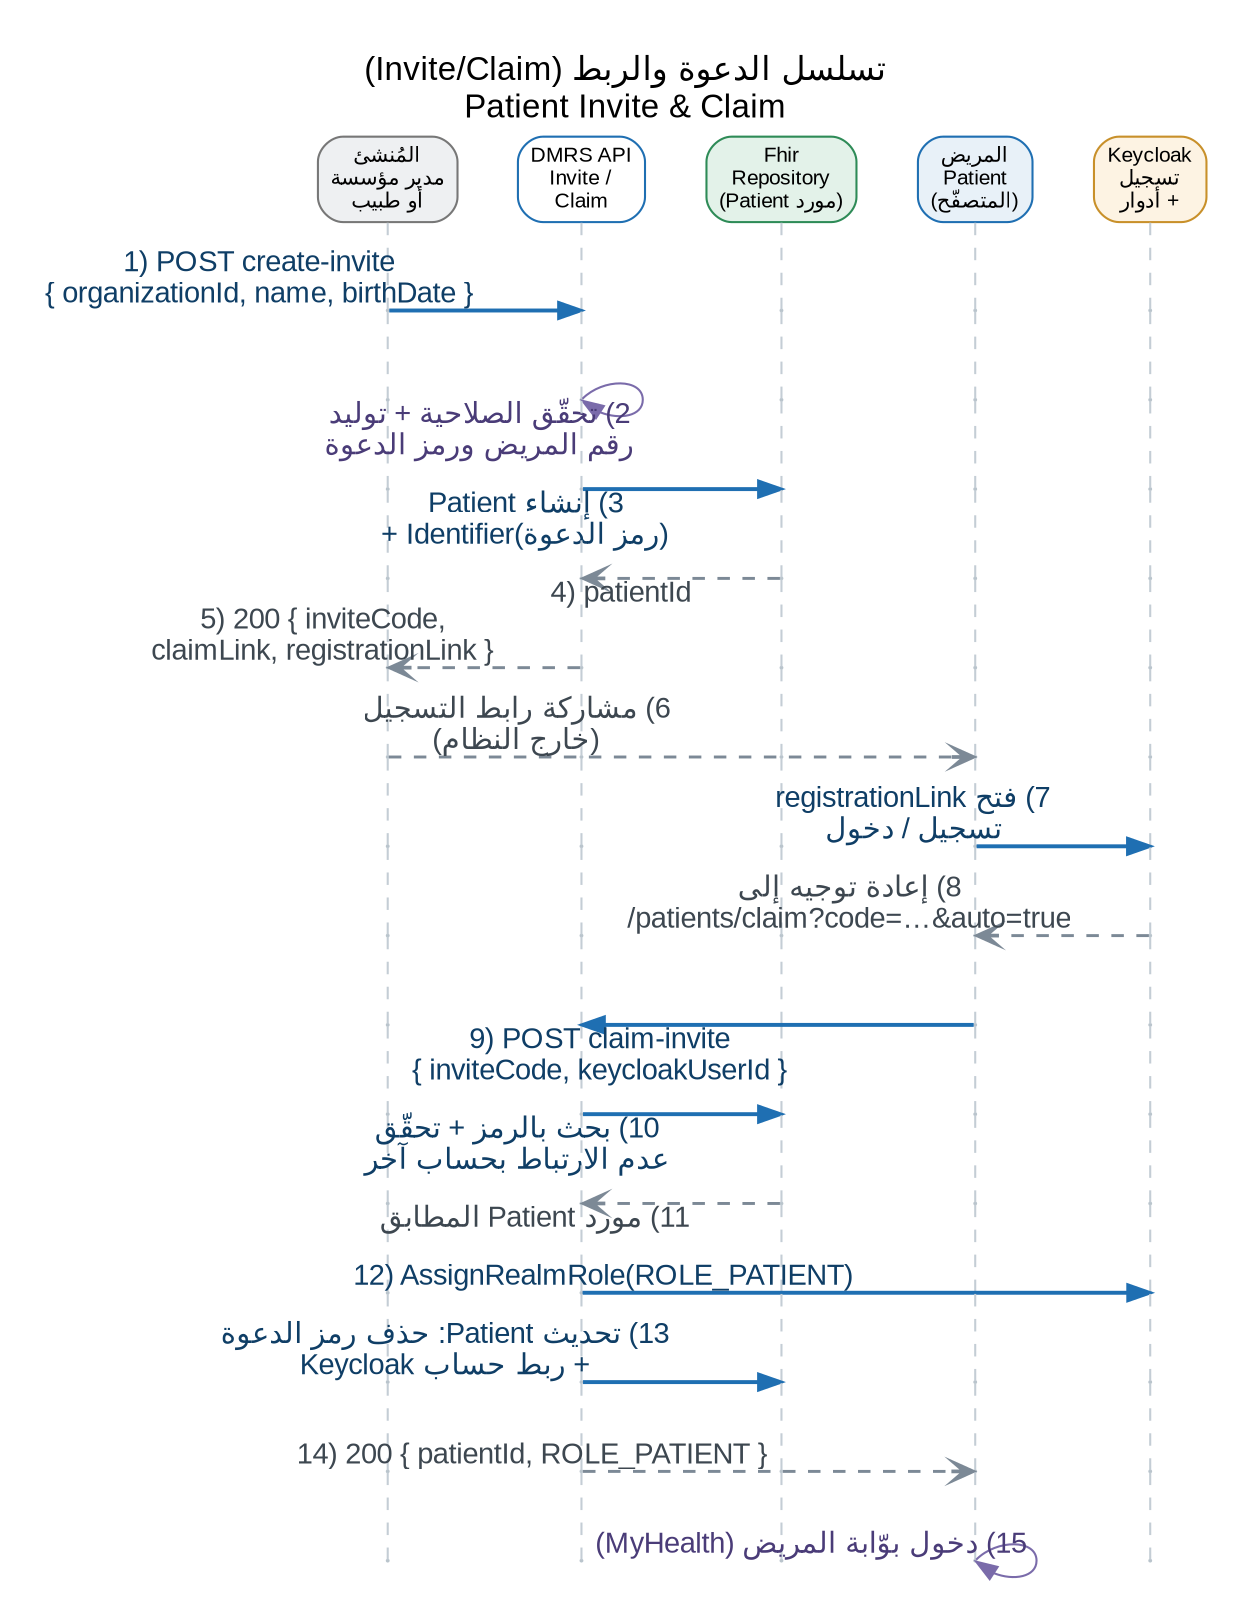
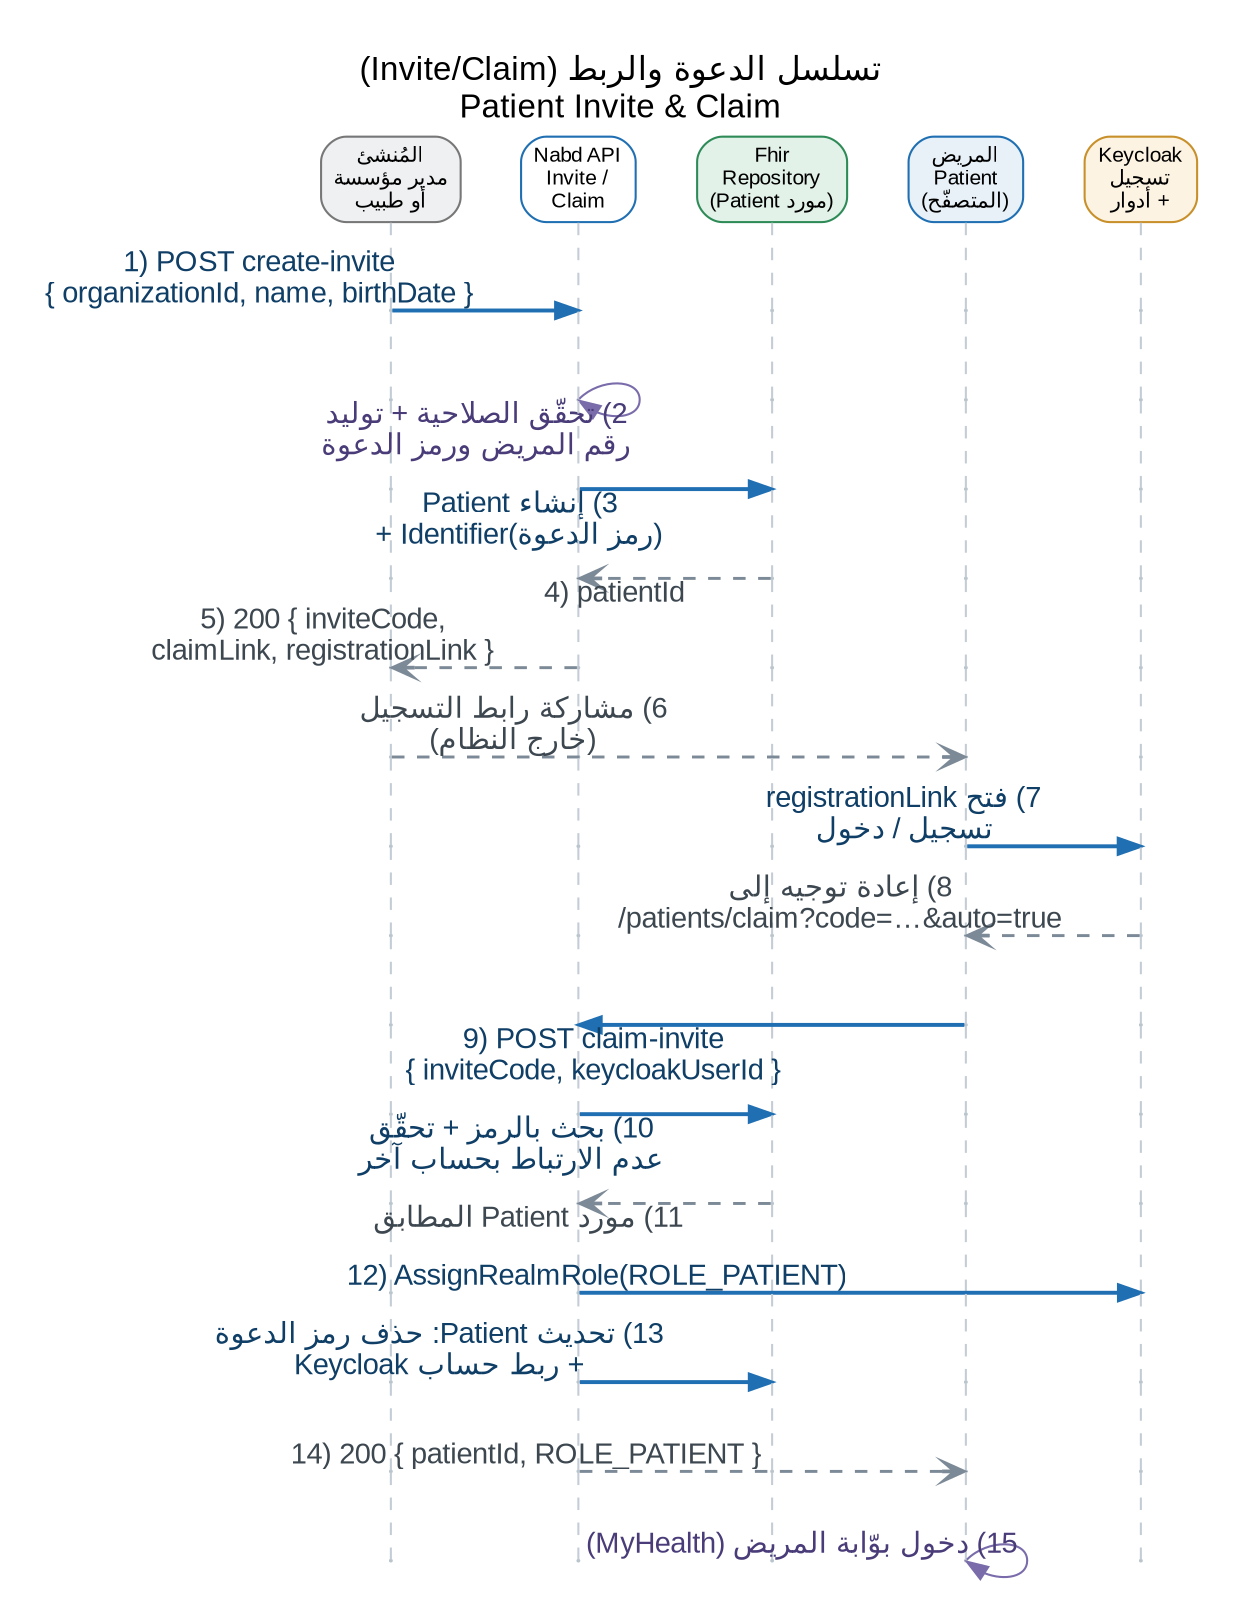
// AUTO-GENERATED sequence diagram — verified against source (see README).
// Invite: PatientInviteController writes an invite-code Identifier. Claim: Keycloak register -> PatientClaimController links account + assigns ROLE_PATIENT.
// SIZED FOR PRINT: placed ~6.27in wide in كتاب المشروع (A4 portrait).
// Natural width ~9in => ~9-10pt message text on the page. If you edit this file,
// keep the header labels SHORT and the column count at 5 — the header boxes set
// the width, and every extra inch of width shrinks the text on the page.
// Render: dot -Tsvg seq-invite-claim.dot -o seq-invite-claim.svg  &&  dot -Gdpi=200 -Tpng seq-invite-claim.dot -o seq-invite-claim.png
digraph SEQ {
  rankdir=TB;
  graph [fontname="Arial", fontsize=16, labelloc="t", label="تسلسل الدعوة والربط (Invite/Claim)\nPatient Invite & Claim",
         pad=0.3, nodesep=0.40, ranksep=0.58, splines=line, forcelabels=false];
  edge [fontname="Arial", fontsize=14];
  node [fontname="Arial", fontsize=10];

  // participants — short labels keep the diagram narrow (see header note)
  { rank=same;
    H_staff [shape=box, style="rounded,filled", fillcolor="#EEF0F2", color="#777777",
          fontcolor="black", margin="0.09,0.06", label="المُنشئ\nمدير مؤسسة\nأو طبيب"];
    H_api [shape=box, style="rounded,filled", fillcolor="#FFFFFF", color="#1F6FB2",
-           fontcolor="black", margin="0.09,0.06", label="DMRS API\nInvite /\nClaim"];
+           fontcolor="black", margin="0.09,0.06", label="Nabd API\nInvite /\nClaim"];
    H_repo [shape=box, style="rounded,filled", fillcolor="#E3F2E9", color="#2E8B57",
          fontcolor="black", margin="0.09,0.06", label="Fhir\nRepository\n(مورد Patient)"];
    H_pat [shape=box, style="rounded,filled", fillcolor="#E8F1F8", color="#1F6FB2",
          fontcolor="black", margin="0.09,0.06", label="المريض\nPatient\n(المتصفّح)"];
    H_kc [shape=box, style="rounded,filled", fillcolor="#FDF3E3", color="#C8902A",
          fontcolor="black", margin="0.09,0.06", label="Keycloak\nتسجيل\n+ أدوار"];
  }
  H_staff -> H_api -> H_repo -> H_pat -> H_kc [style=invis, weight=50];

  // lifeline nodes (invisible points)
  node [shape=point, width=0.012, color="#B9C4CC"];
  { rank=same; staff_1 api_1 repo_1 pat_1 kc_1 }
  { rank=same; staff_2 api_2 repo_2 pat_2 kc_2 }
  { rank=same; staff_3 api_3 repo_3 pat_3 kc_3 }
  { rank=same; staff_4 api_4 repo_4 pat_4 kc_4 }
  { rank=same; staff_5 api_5 repo_5 pat_5 kc_5 }
  { rank=same; staff_6 api_6 repo_6 pat_6 kc_6 }
  { rank=same; staff_7 api_7 repo_7 pat_7 kc_7 }
  { rank=same; staff_8 api_8 repo_8 pat_8 kc_8 }
  { rank=same; staff_9 api_9 repo_9 pat_9 kc_9 }
  { rank=same; staff_10 api_10 repo_10 pat_10 kc_10 }
  { rank=same; staff_11 api_11 repo_11 pat_11 kc_11 }
  { rank=same; staff_12 api_12 repo_12 pat_12 kc_12 }
  { rank=same; staff_13 api_13 repo_13 pat_13 kc_13 }
  { rank=same; staff_14 api_14 repo_14 pat_14 kc_14 }
  { rank=same; staff_15 api_15 repo_15 pat_15 kc_15 }

  // lifelines
  H_staff -> staff_1 -> staff_2 -> staff_3 -> staff_4 -> staff_5 -> staff_6 -> staff_7 -> staff_8 -> staff_9 -> staff_10 -> staff_11 -> staff_12 -> staff_13 -> staff_14 -> staff_15 [style=dashed, color="#C4CDD5", arrowhead=none, weight=100];
  H_api -> api_1 -> api_2 -> api_3 -> api_4 -> api_5 -> api_6 -> api_7 -> api_8 -> api_9 -> api_10 -> api_11 -> api_12 -> api_13 -> api_14 -> api_15 [style=dashed, color="#C4CDD5", arrowhead=none, weight=100];
  H_repo -> repo_1 -> repo_2 -> repo_3 -> repo_4 -> repo_5 -> repo_6 -> repo_7 -> repo_8 -> repo_9 -> repo_10 -> repo_11 -> repo_12 -> repo_13 -> repo_14 -> repo_15 [style=dashed, color="#C4CDD5", arrowhead=none, weight=100];
  H_pat -> pat_1 -> pat_2 -> pat_3 -> pat_4 -> pat_5 -> pat_6 -> pat_7 -> pat_8 -> pat_9 -> pat_10 -> pat_11 -> pat_12 -> pat_13 -> pat_14 -> pat_15 [style=dashed, color="#C4CDD5", arrowhead=none, weight=100];
  H_kc -> kc_1 -> kc_2 -> kc_3 -> kc_4 -> kc_5 -> kc_6 -> kc_7 -> kc_8 -> kc_9 -> kc_10 -> kc_11 -> kc_12 -> kc_13 -> kc_14 -> kc_15 [style=dashed, color="#C4CDD5", arrowhead=none, weight=100];

  // messages
  staff_1 -> api_1 [xlabel="1) POST create-invite\n{ organizationId, name, birthDate }", constraint=false, color="#1F6FB2", fontcolor="#0F3E66", penwidth=1.9];
  api_2 -> api_2 [xlabel="2) تحقّق الصلاحية + توليد\nرقم المريض ورمز الدعوة", constraint=false, color="#7A6BAA", fontcolor="#4A3C78"];
  api_3 -> repo_3 [xlabel="3) إنشاء Patient\n+ Identifier(رمز الدعوة)", constraint=false, color="#1F6FB2", fontcolor="#0F3E66", penwidth=1.9];
  repo_4 -> api_4 [xlabel="4) patientId", constraint=false, style=dashed, color="#7C8996", fontcolor="#3D4750", arrowhead=vee, penwidth=1.4];
  api_5 -> staff_5 [xlabel="5) 200 { inviteCode,\nclaimLink, registrationLink }", constraint=false, style=dashed, color="#7C8996", fontcolor="#3D4750", arrowhead=vee, penwidth=1.4];
  staff_6 -> pat_6 [xlabel="6) مشاركة رابط التسجيل\n(خارج النظام)", constraint=false, style=dashed, color="#7C8996", fontcolor="#3D4750", arrowhead=vee, penwidth=1.4];
  pat_7 -> kc_7 [xlabel="7) فتح registrationLink\nتسجيل / دخول", constraint=false, color="#1F6FB2", fontcolor="#0F3E66", penwidth=1.9];
  kc_8 -> pat_8 [xlabel="8) إعادة توجيه إلى\n/patients/claim?code=…&auto=true", constraint=false, style=dashed, color="#7C8996", fontcolor="#3D4750", arrowhead=vee, penwidth=1.4];
  pat_9 -> api_9 [xlabel="9) POST claim-invite\n{ inviteCode, keycloakUserId }", constraint=false, color="#1F6FB2", fontcolor="#0F3E66", penwidth=1.9];
  api_10 -> repo_10 [xlabel="10) بحث بالرمز + تحقّق\nعدم الارتباط بحساب آخر", constraint=false, color="#1F6FB2", fontcolor="#0F3E66", penwidth=1.9];
  repo_11 -> api_11 [xlabel="11) مورد Patient المطابق", constraint=false, style=dashed, color="#7C8996", fontcolor="#3D4750", arrowhead=vee, penwidth=1.4];
  api_12 -> kc_12 [xlabel="12) AssignRealmRole(ROLE_PATIENT)", constraint=false, color="#1F6FB2", fontcolor="#0F3E66", penwidth=1.9];
  api_13 -> repo_13 [xlabel="13) تحديث Patient: حذف رمز الدعوة\n+ ربط حساب Keycloak", constraint=false, color="#1F6FB2", fontcolor="#0F3E66", penwidth=1.9];
  api_14 -> pat_14 [xlabel="14) 200 { patientId, ROLE_PATIENT }", constraint=false, style=dashed, color="#7C8996", fontcolor="#3D4750", arrowhead=vee, penwidth=1.4];
  pat_15 -> pat_15 [xlabel="15) دخول بوّابة المريض (MyHealth)", constraint=false, color="#7A6BAA", fontcolor="#4A3C78"];
}
